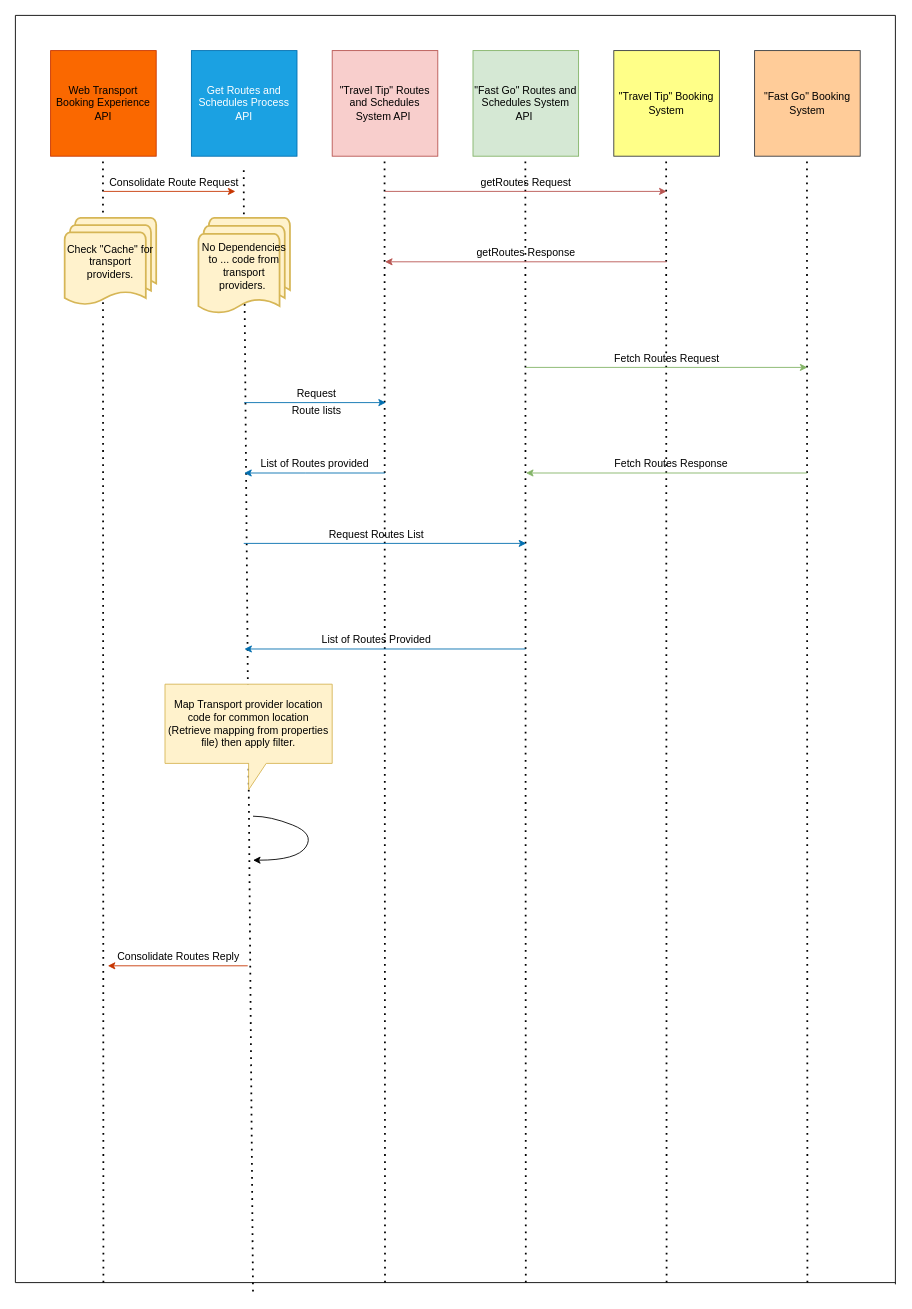
Above: Web App Sequence Diagram.drawio in busugu2018/TripEasy (draw.io), before the change. Source tidied: cells renumbered, new cells numbered last; positions are measured from the earlier drawing's top-left corner, leaving out a move shared by most shapes. Both pictures are drawn from the tidied source at 88%, with x=0, y=0 at pixel (15, 15).
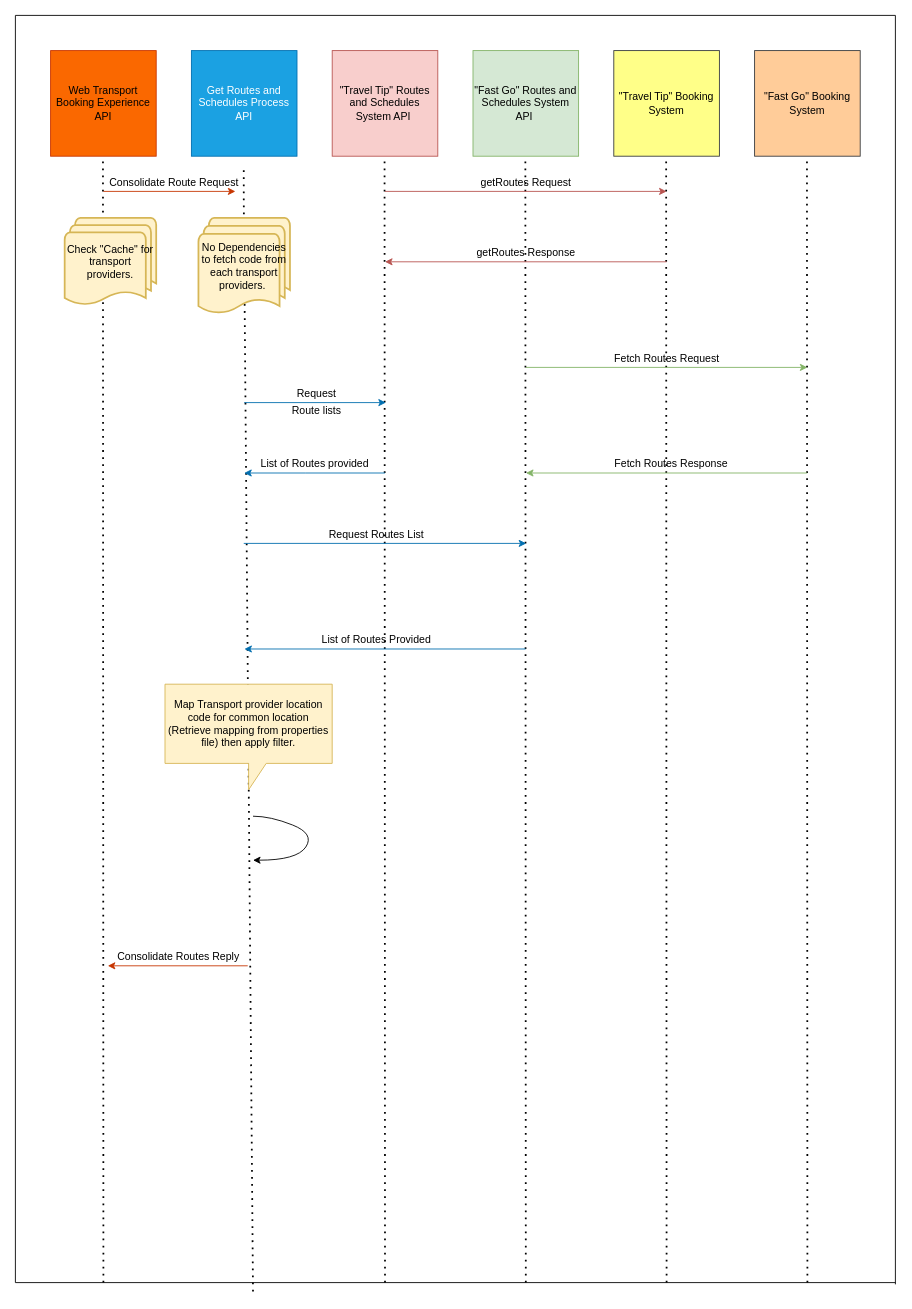
Above is the later version.

Diff of the diagram source:
```diff
@@
-    <mxCell id="30" value="No Dependencies to ... code from transport providers.&amp;nbsp;" style="strokeWidth=2;html=1;shape=mxgraph.flowchart.multi-document;whiteSpace=wrap;align=center;fillColor=#fff2cc;strokeColor=#d6b656;" parent="1" vertex="1">
+    <mxCell id="30" value="No Dependencies to fetch code from each transport providers.&amp;nbsp;" style="strokeWidth=2;html=1;shape=mxgraph.flowchart.multi-document;whiteSpace=wrap;align=center;fillColor=#fff2cc;strokeColor=#d6b656;" parent="1" vertex="1">
       <mxGeometry x="208" y="230" width="104" height="110" as="geometry" />
     </mxCell>
```
